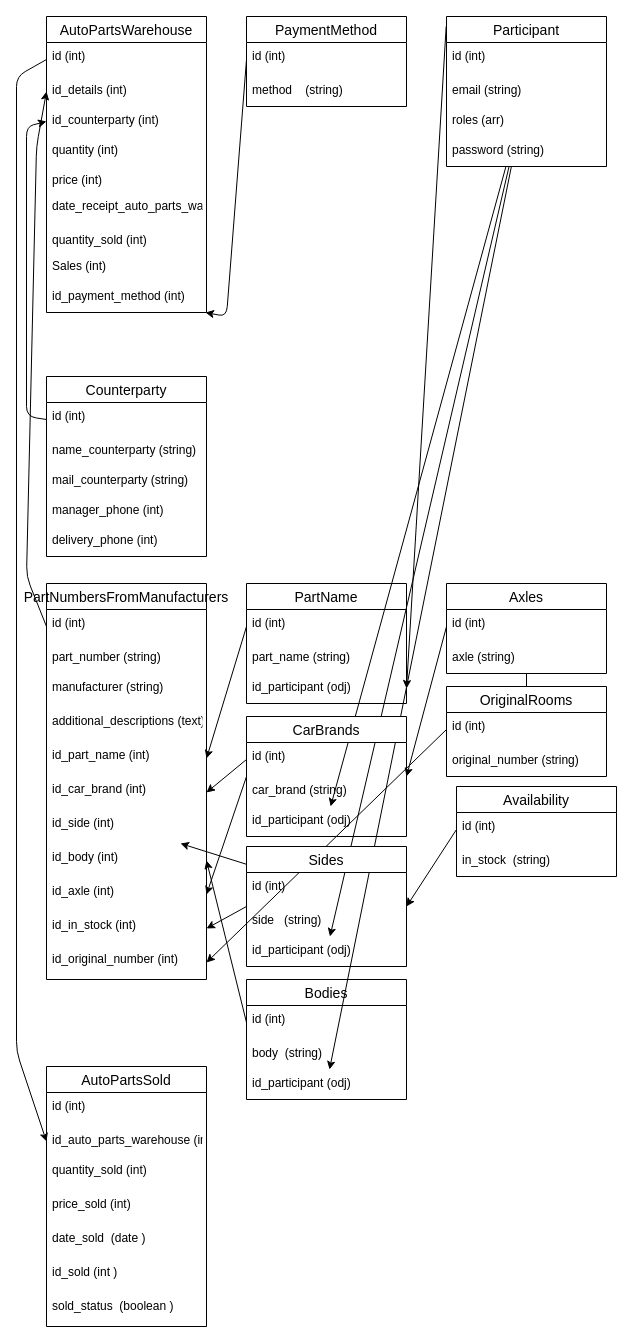
This is db.drawio from Ruslan-qu/autoParts, a draw.io file, before an edit. Source tidied: cells renumbered, new cells numbered last; positions are measured from the earlier drawing's top-left corner, leaving out a move shared by most shapes. Both pictures are drawn from the tidied source at 100%, with x=0, y=0 at pixel (16, 16).
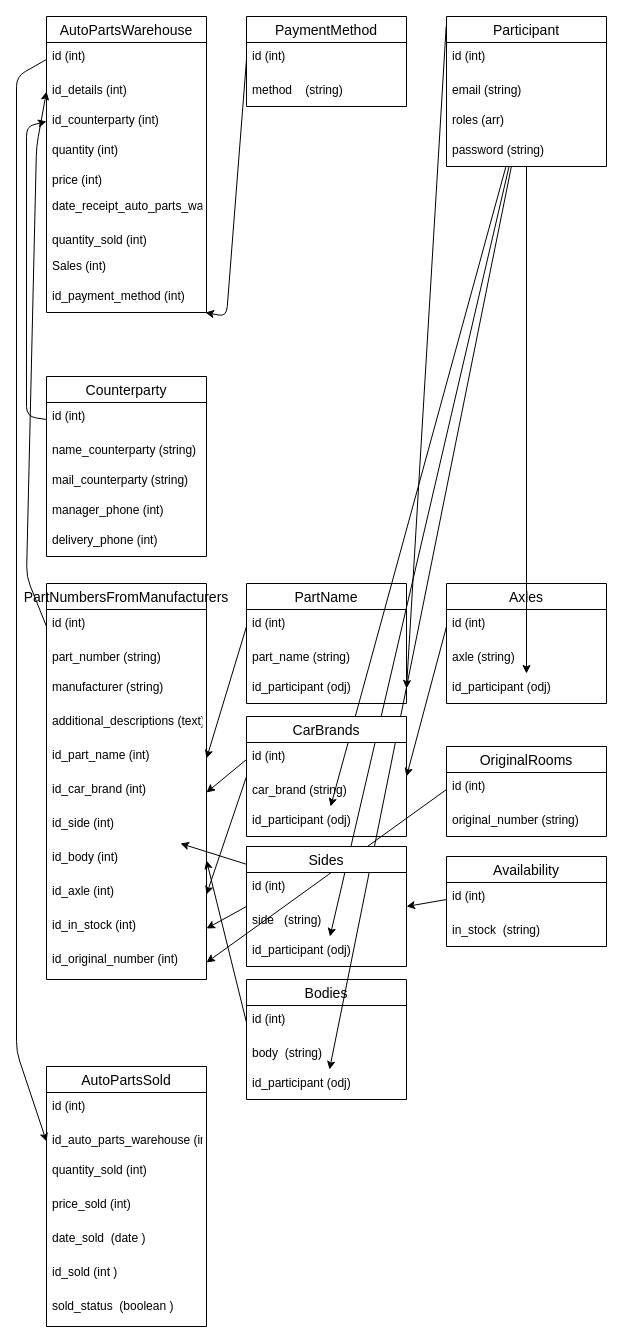
Above is the later version.

Unchanged cells that the change refers to:
```xml
<mxCell id="53" value="axle (string)" style="text;strokeColor=none;fillColor=none;spacingLeft=4;spacingRight=4;overflow=hidden;points=[[0,0.5],[1,0.5]];portConstraint=eastwest;fontSize=12;" parent="51" vertex="1">
  <mxGeometry y="60" width="160" height="30" as="geometry" />
</mxCell>
<mxCell id="74" value="Participant" style="swimlane;fontStyle=0;horizontal=1;startSize=26;align=center;fontSize=14;" parent="1" vertex="1">
  <mxGeometry x="430" width="160" height="150" as="geometry" />
</mxCell>
```

The edit, as a diff of the source:
```diff
@@
     <mxCell id="48" value="Availability" style="swimlane;fontStyle=0;horizontal=1;startSize=26;align=center;fontSize=14;" parent="1" vertex="1">
-      <mxGeometry x="440" y="770" width="160" height="90" as="geometry" />
+      <mxGeometry x="430" y="840" width="160" height="90" as="geometry" />
     </mxCell>
@@
     <mxCell id="51" value="Axles" style="swimlane;fontStyle=0;horizontal=1;startSize=26;align=center;fontSize=14;" parent="1" vertex="1">
-      <mxGeometry x="430" y="567" width="160" height="90" as="geometry" />
+      <mxGeometry x="430" y="567" width="160" height="120" as="geometry" />
     </mxCell>
@@
-    <mxCell id="54" style="edgeStyle=none;html=1;endArrow=none;" parent="1" edge="1" source="53" target="55">
-      <mxGeometry relative="1" as="geometry" />
-    </mxCell>
+    <mxCell id="89" value="id_participant (odj)" style="text;strokeColor=none;fillColor=none;spacingLeft=4;spacingRight=4;overflow=hidden;points=[[0,0.5],[1,0.5]];portConstraint=eastwest;fontSize=12;" parent="51" vertex="1">
+      <mxGeometry y="90" width="160" height="30" as="geometry" />
+    </mxCell>
     <mxCell id="55" value="OriginalRooms" style="swimlane;fontStyle=0;horizontal=1;startSize=26;align=center;fontSize=14;" parent="1" vertex="1">
-      <mxGeometry x="430" y="670" width="160" height="90" as="geometry" />
+      <mxGeometry x="430" y="730" width="160" height="90" as="geometry" />
     </mxCell>
@@
+    <mxCell id="90" style="edgeStyle=none;html=1;" parent="1" edge="1" source="74" target="89">
+      <mxGeometry relative="1" as="geometry" />
+    </mxCell>
```
